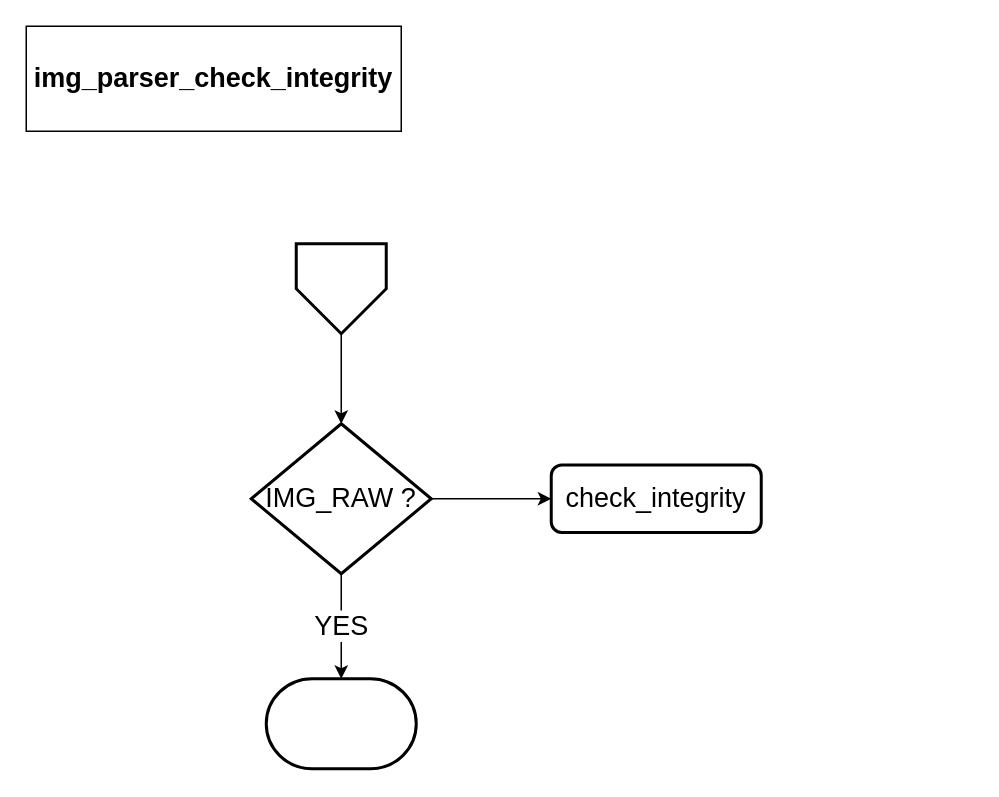
The draw.io diagram page "img_parser_check_integrity" (2 of 4) of mbedx509_parser.drawio in daichin/secureboot, before the edit. Source tidied: cells renumbered, new cells numbered last; positions are measured from the earlier drawing's top-left corner, leaving out a move shared by most shapes. Both pictures are drawn from the tidied source at 150%, with x=0, y=0 at pixel (26, 26).
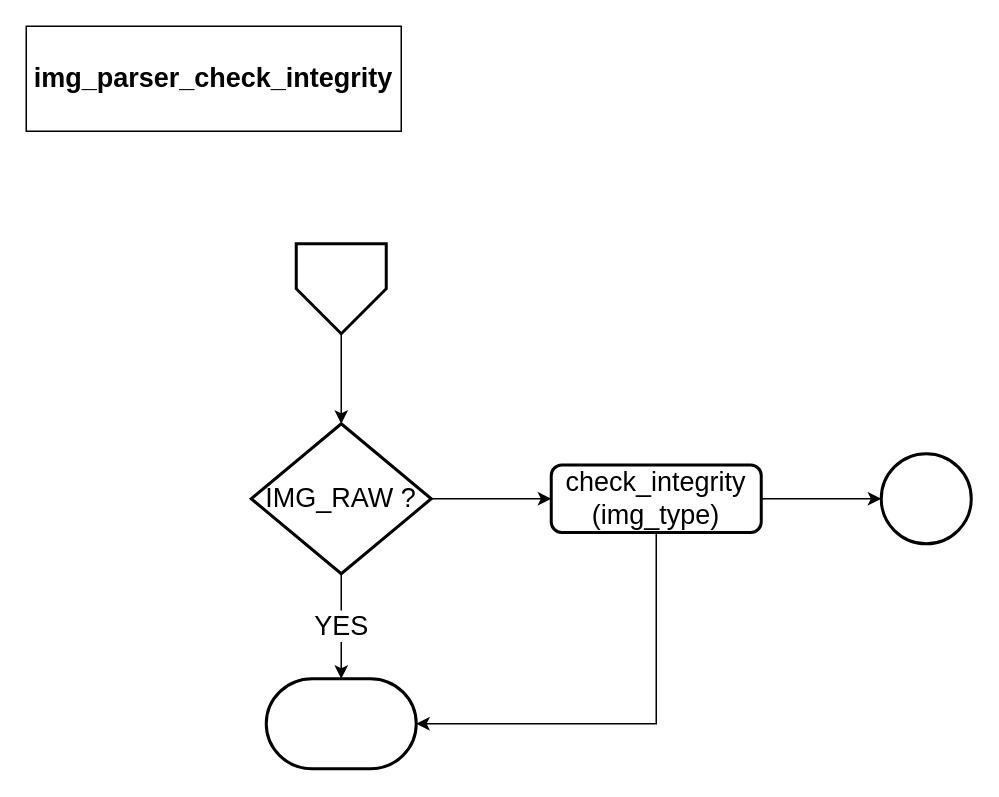
The same page after the edit.

Change to the diagram source:
```diff
@@
 <mxGraphModel>
   <root>
     <mxCell id="0" />
     <mxCell id="1" parent="0" />
     <mxCell id="2" value="&lt;span style=&quot;font-size: 18px;&quot;&gt;img_parser_check_integrity&lt;br style=&quot;font-size: 18px;&quot;&gt;&lt;/span&gt;" style="text;html=1;strokeColor=#000000;fillColor=none;align=center;verticalAlign=middle;whiteSpace=wrap;rounded=0;fontSize=18;fontStyle=1;" parent="1" vertex="1">
       <mxGeometry width="250" height="70" as="geometry" />
     </mxCell>
     <mxCell id="3" style="edgeStyle=orthogonalEdgeStyle;rounded=0;jettySize=auto;html=1;fontSize=18;" parent="1" edge="1" source="4" target="7">
       <mxGeometry relative="1" as="geometry" />
     </mxCell>
     <mxCell id="4" style="verticalLabelPosition=bottom;verticalAlign=top;html=1;strokeWidth=2;shape=offPageConnector;rounded=0;size=0.5;fontSize=18;" parent="1" vertex="1">
       <mxGeometry x="180" y="145" width="60" height="60" as="geometry" />
     </mxCell>
     <mxCell id="5" value="YES" style="edgeStyle=orthogonalEdgeStyle;rounded=0;jettySize=auto;html=1;fontSize=18;" parent="1" edge="1" source="7" target="8">
       <mxGeometry relative="1" as="geometry" />
     </mxCell>
     <mxCell id="6" style="edgeStyle=orthogonalEdgeStyle;rounded=0;jettySize=auto;html=1;fontSize=18;" parent="1" edge="1" source="7" target="9">
       <mxGeometry relative="1" as="geometry" />
     </mxCell>
     <mxCell id="7" value="IMG_RAW ?" style="strokeWidth=2;html=1;shape=mxgraph.flowchart.decision;whiteSpace=wrap;fontSize=18;" parent="1" vertex="1">
       <mxGeometry x="150" y="265" width="120" height="100" as="geometry" />
     </mxCell>
     <mxCell id="8" style="strokeWidth=2;html=1;shape=mxgraph.flowchart.terminator;whiteSpace=wrap;fontSize=18;" parent="1" vertex="1">
       <mxGeometry x="160" y="435" width="100" height="60" as="geometry" />
     </mxCell>
+    <mxCell id="10" style="edgeStyle=orthogonalEdgeStyle;rounded=0;jettySize=auto;html=1;exitX=0.5;exitY=1;exitDx=0;exitDy=0;entryX=1;entryY=0.5;entryDx=0;entryDy=0;entryPerimeter=0;" parent="1" edge="1" source="9" target="8">
+      <mxGeometry relative="1" as="geometry" />
+    </mxCell>
+    <mxCell id="11" style="edgeStyle=orthogonalEdgeStyle;rounded=0;jettySize=auto;html=1;exitX=1;exitY=0.5;exitDx=0;exitDy=0;entryX=0;entryY=0.5;entryDx=0;entryDy=0;entryPerimeter=0;" parent="1" edge="1" source="9" target="12">
+      <mxGeometry relative="1" as="geometry" />
+    </mxCell>
-    <mxCell id="9" value="check_integrity" style="rounded=1;whiteSpace=wrap;html=1;absoluteArcSize=1;arcSize=14;strokeWidth=2;fontSize=18;" parent="1" vertex="1">
+    <mxCell id="9" value="check_integrity (img_type)" style="rounded=1;whiteSpace=wrap;html=1;absoluteArcSize=1;arcSize=14;strokeWidth=2;fontSize=18;" parent="1" vertex="1">
       <mxGeometry x="350" y="292.5" width="140" height="45" as="geometry" />
     </mxCell>
+    <mxCell id="12" style="verticalLabelPosition=bottom;verticalAlign=top;html=1;strokeWidth=2;shape=mxgraph.flowchart.on-page_reference;" parent="1" vertex="1">
+      <mxGeometry x="570" y="285" width="60" height="60" as="geometry" />
+    </mxCell>
   </root>
 </mxGraphModel>
```
